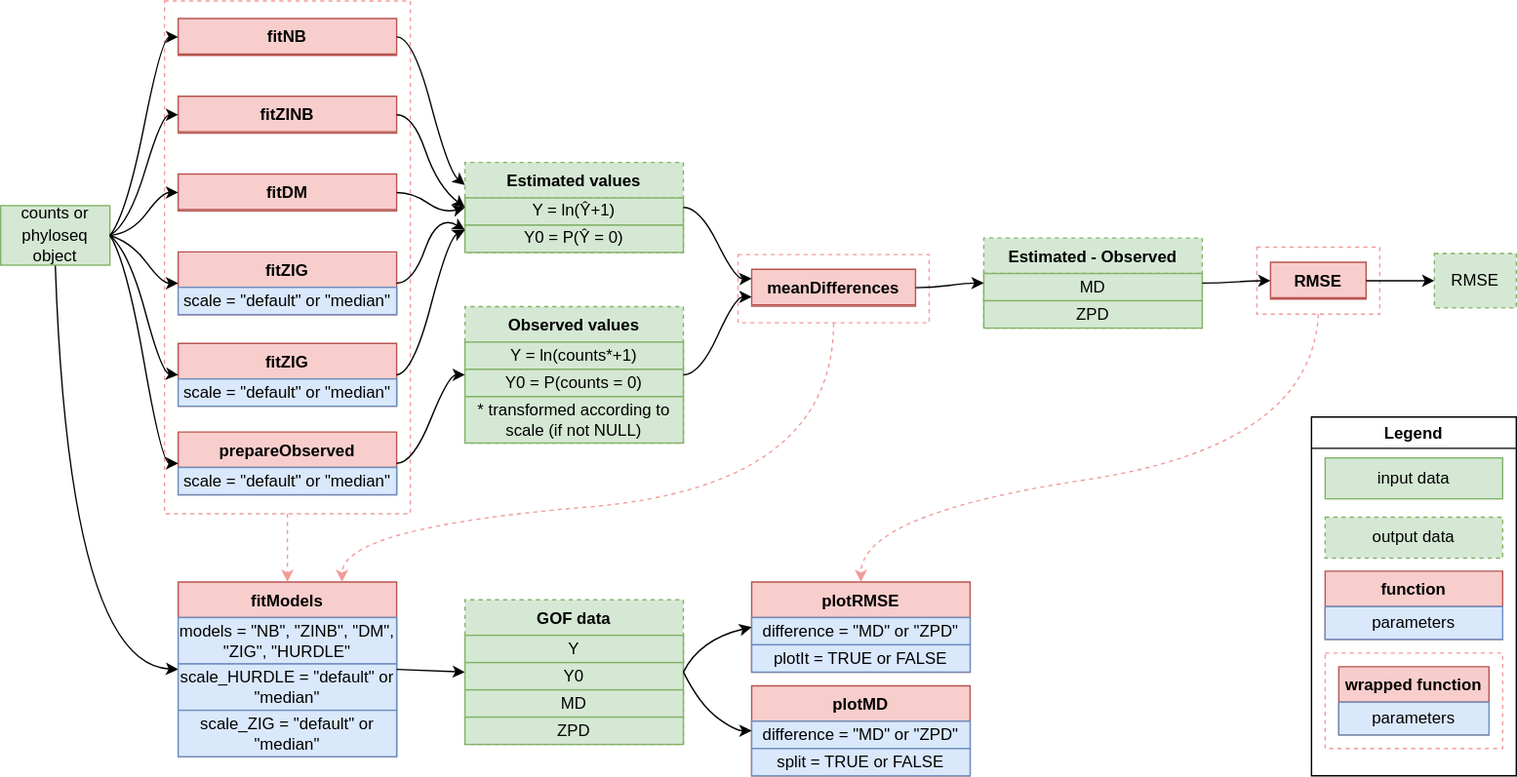
The draw.io diagram vignettes/GOF_structure.svg in mcalgaro93/benchdamic, before a commit. Source tidied: cells renumbered, new cells last; positions are measured from the earlier drawing's top-left corner, leaving out a move shared by most shapes.
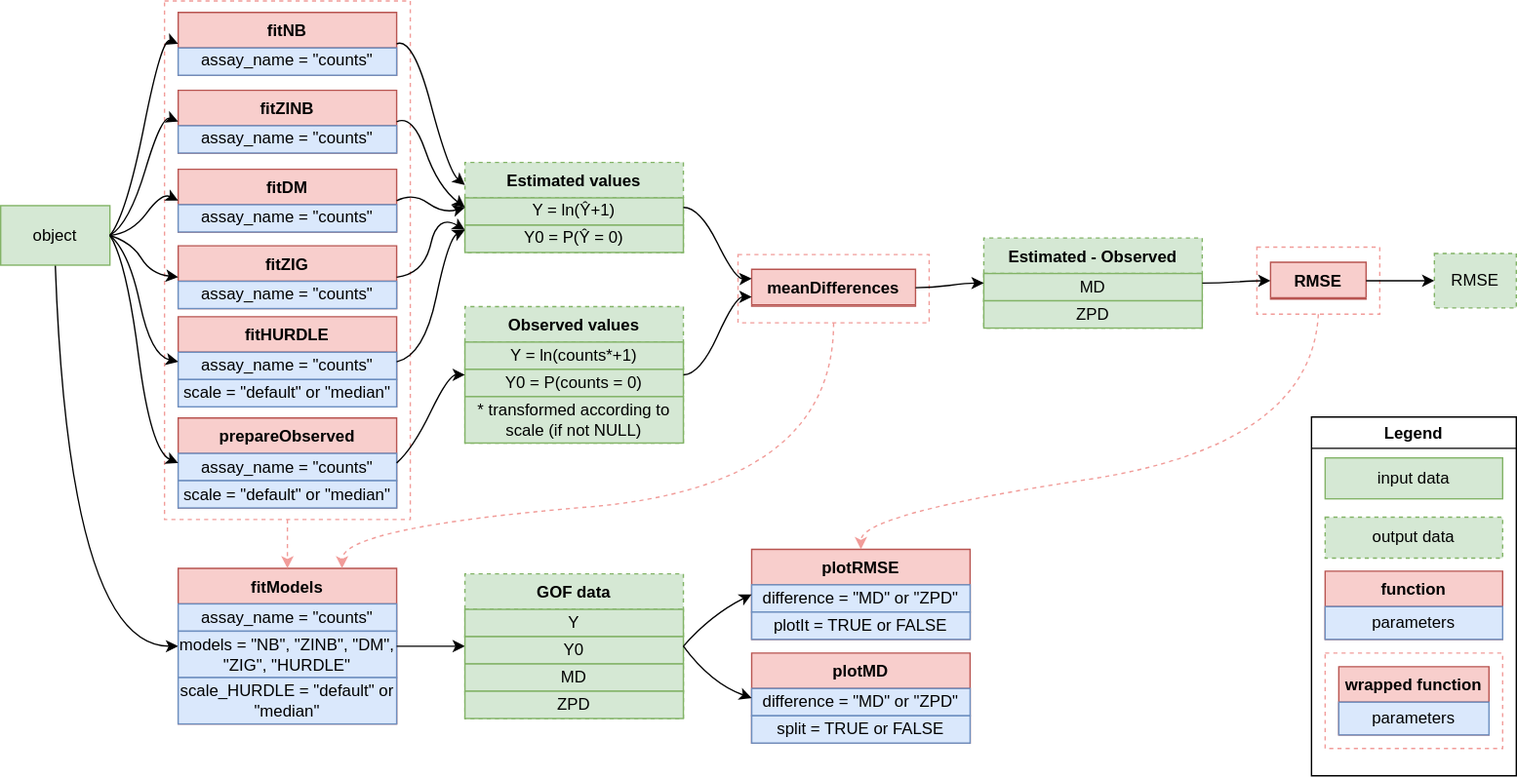
After the commit.

Diff of the diagram source:
```diff
@@ -10,39 +10,54 @@
     </mxCell>
-    <mxCell id="4" style="whiteSpace=wrap;html=1;shadow=0;fontFamily=Courier New;dashed=1;strokeWidth=1;strokeColor=#F19C99;" parent="1" vertex="1">
-      <mxGeometry x="120" width="180" height="375.9" as="geometry" />
-    </mxCell>
-    <mxCell id="5" style="curved=1;endArrow=classic;html=1;exitX=0.5;exitY=1;exitDx=0;exitDy=0;entryX=0;entryY=0.5;entryDx=0;entryDy=0;" parent="1" edge="1" source="24" target="46">
-      <mxGeometry relative="1" as="geometry">
-        <Array as="points">
-          <mxPoint x="50" y="485.9" />
-        </Array>
-      </mxGeometry>
-    </mxCell>
+    <mxCell id="75" style="whiteSpace=wrap;html=1;shadow=0;fontFamily=Courier New;dashed=1;strokeWidth=1;strokeColor=#F19C99;" parent="1" vertex="1">
+      <mxGeometry x="120" width="180" height="380" as="geometry" />
+    </mxCell>
+    <mxCell id="76" style="curved=1;endArrow=classic;html=1;exitX=0.5;exitY=1;exitDx=0;exitDy=0;entryX=0;entryY=0.5;entryDx=0;entryDy=0;" parent="1" edge="1" source="87" target="46">
+      <mxGeometry relative="1" as="geometry">
+        <Array as="points">
+          <mxPoint x="50" y="473" />
+        </Array>
+      </mxGeometry>
+    </mxCell>
     <mxCell id="6" value="fitNB" style="swimlane;fontStyle=1;align=center;verticalAlign=top;horizontal=1;startSize=26;strokeColor=#b85450;fillColor=#f8cecc;" parent="1" vertex="1">
-      <mxGeometry x="130" y="12.9" width="160" height="27" as="geometry" />
+      <mxGeometry x="130" y="8.4" width="160" height="46" as="geometry" />
     </mxCell>
+    <mxCell id="77" value="assay_name = &quot;counts&quot;" style="whiteSpace=wrap;html=1;fillColor=#dae8fc;strokeColor=#6c8ebf;rotation=0;shadow=0;" parent="6" vertex="1">
+      <mxGeometry y="26" width="160" height="20" as="geometry" />
+    </mxCell>
     <mxCell id="7" value="fitZINB" style="swimlane;fontStyle=1;align=center;verticalAlign=top;horizontal=1;startSize=26;strokeColor=#b85450;fillColor=#f8cecc;" parent="1" vertex="1">
-      <mxGeometry x="130" y="69.9" width="160" height="27" as="geometry" />
+      <mxGeometry x="130" y="65.4" width="160" height="46" as="geometry" />
     </mxCell>
+    <mxCell id="78" value="assay_name = &quot;counts&quot;" style="whiteSpace=wrap;html=1;fillColor=#dae8fc;strokeColor=#6c8ebf;rotation=0;shadow=0;" parent="7" vertex="1">
+      <mxGeometry y="26" width="160" height="20" as="geometry" />
+    </mxCell>
     <mxCell id="8" value="fitDM" style="swimlane;fontStyle=1;align=center;verticalAlign=top;horizontal=1;startSize=26;strokeColor=#b85450;fillColor=#f8cecc;" parent="1" vertex="1">
-      <mxGeometry x="130" y="126.9" width="160" height="27" as="geometry" />
+      <mxGeometry x="130" y="123.3" width="160" height="46" as="geometry" />
     </mxCell>
-    <mxCell id="9" value="fitZIG" style="swimlane;fontStyle=1;align=center;verticalAlign=top;horizontal=1;startSize=26;strokeColor=#b85450;fillColor=#f8cecc;" parent="1" vertex="1">
-      <mxGeometry x="130" y="251" width="160" height="46" as="geometry" />
-    </mxCell>
-    <mxCell id="10" value="scale = &quot;default&quot; or &quot;median&quot;" style="whiteSpace=wrap;html=1;fillColor=#dae8fc;strokeColor=#6c8ebf;rotation=0;shadow=0;" parent="9" vertex="1">
-      <mxGeometry y="26" width="160" height="20" as="geometry" />
-    </mxCell>
-    <mxCell id="11" value="fitZIG" style="swimlane;fontStyle=1;align=center;verticalAlign=top;horizontal=1;startSize=26;strokeColor=#b85450;fillColor=#f8cecc;" parent="1" vertex="1">
-      <mxGeometry x="130" y="183.9" width="160" height="46" as="geometry" />
-    </mxCell>
-    <mxCell id="12" value="scale = &quot;default&quot; or &quot;median&quot;" style="whiteSpace=wrap;html=1;fillColor=#dae8fc;strokeColor=#6c8ebf;rotation=0;shadow=0;" parent="11" vertex="1">
-      <mxGeometry y="26" width="160" height="20" as="geometry" />
-    </mxCell>
+    <mxCell id="79" value="assay_name = &quot;counts&quot;" style="whiteSpace=wrap;html=1;fillColor=#dae8fc;strokeColor=#6c8ebf;rotation=0;shadow=0;" parent="8" vertex="1">
+      <mxGeometry y="26" width="160" height="20" as="geometry" />
+    </mxCell>
+    <mxCell id="80" value="fitHURDLE" style="swimlane;fontStyle=1;align=center;verticalAlign=top;horizontal=1;startSize=26;strokeColor=#b85450;fillColor=#f8cecc;" parent="1" vertex="1">
+      <mxGeometry x="130" y="231.4" width="160" height="66" as="geometry" />
+    </mxCell>
+    <mxCell id="81" value="assay_name = &quot;counts&quot;" style="whiteSpace=wrap;html=1;fillColor=#dae8fc;strokeColor=#6c8ebf;rotation=0;shadow=0;" parent="80" vertex="1">
+      <mxGeometry y="26" width="160" height="20" as="geometry" />
+    </mxCell>
+    <mxCell id="82" value="scale = &quot;default&quot; or &quot;median&quot;" style="whiteSpace=wrap;html=1;fillColor=#dae8fc;strokeColor=#6c8ebf;rotation=0;shadow=0;" parent="80" vertex="1">
+      <mxGeometry y="46" width="160" height="20" as="geometry" />
+    </mxCell>
+    <mxCell id="83" value="fitZIG" style="swimlane;fontStyle=1;align=center;verticalAlign=top;horizontal=1;startSize=26;strokeColor=#b85450;fillColor=#f8cecc;" parent="1" vertex="1">
+      <mxGeometry x="130" y="179.4" width="160" height="46" as="geometry" />
+    </mxCell>
+    <mxCell id="84" value="assay_name = &quot;counts&quot;" style="whiteSpace=wrap;html=1;fillColor=#dae8fc;strokeColor=#6c8ebf;rotation=0;shadow=0;" parent="83" vertex="1">
+      <mxGeometry y="26" width="160" height="20" as="geometry" />
+    </mxCell>
     <mxCell id="13" value="prepareObserved" style="swimlane;fontStyle=1;align=center;verticalAlign=top;horizontal=1;startSize=26;strokeColor=#b85450;fillColor=#f8cecc;" parent="1" vertex="1">
-      <mxGeometry x="130" y="315.9" width="160" height="46" as="geometry" />
+      <mxGeometry x="130" y="305.6" width="160" height="66" as="geometry" />
     </mxCell>
-    <mxCell id="14" value="scale = &quot;default&quot; or &quot;median&quot;" style="whiteSpace=wrap;html=1;fillColor=#dae8fc;strokeColor=#6c8ebf;rotation=0;shadow=0;" parent="13" vertex="1">
-      <mxGeometry y="26" width="160" height="20" as="geometry" />
-    </mxCell>
+    <mxCell id="85" value="assay_name = &quot;counts&quot;" style="whiteSpace=wrap;html=1;fillColor=#dae8fc;strokeColor=#6c8ebf;rotation=0;shadow=0;" parent="13" vertex="1">
+      <mxGeometry y="26" width="160" height="20" as="geometry" />
+    </mxCell>
+    <mxCell id="86" value="scale = &quot;default&quot; or &quot;median&quot;" style="whiteSpace=wrap;html=1;fillColor=#dae8fc;strokeColor=#6c8ebf;rotation=0;shadow=0;" parent="13" vertex="1">
+      <mxGeometry y="46" width="160" height="20" as="geometry" />
+    </mxCell>
     <mxCell id="15" value="Estimated values" style="swimlane;fontStyle=1;align=center;verticalAlign=top;horizontal=1;startSize=26;strokeColor=#82b366;fillColor=#d5e8d4;dashed=1;" parent="1" vertex="1">
@@ -74,45 +89,45 @@
     </mxCell>
-    <mxCell id="24" value="&lt;font face=&quot;Helvetica&quot;&gt;counts or phyloseq object&lt;/font&gt;" style="rounded=0;whiteSpace=wrap;html=1;fontFamily=Courier New;fillColor=#d5e8d4;strokeColor=#82b366;" parent="1" vertex="1">
-      <mxGeometry y="150" width="80" height="43.6" as="geometry" />
-    </mxCell>
-    <mxCell id="25" style="curved=1;endArrow=classic;html=1;exitX=1;exitY=0.5;exitDx=0;exitDy=0;entryX=0;entryY=0.5;entryDx=0;entryDy=0;noEdgeStyle=1;orthogonal=1;" parent="1" edge="1" source="24" target="6">
-      <mxGeometry relative="1" as="geometry">
-        <Array as="points">
-          <mxPoint x="92" y="156.9" />
-          <mxPoint x="118" y="26.4" />
-        </Array>
-      </mxGeometry>
-    </mxCell>
-    <mxCell id="26" style="curved=1;endArrow=classic;html=1;exitX=1;exitY=0.5;exitDx=0;exitDy=0;entryX=0;entryY=0.5;entryDx=0;entryDy=0;noEdgeStyle=1;orthogonal=1;" parent="1" edge="1" source="24" target="7">
-      <mxGeometry relative="1" as="geometry">
-        <Array as="points">
-          <mxPoint x="94" y="163.6" />
-          <mxPoint x="118" y="83.4" />
-        </Array>
-      </mxGeometry>
-    </mxCell>
-    <mxCell id="27" style="curved=1;endArrow=classic;html=1;exitX=1;exitY=0.5;exitDx=0;exitDy=0;entryX=0;entryY=0.5;entryDx=0;entryDy=0;noEdgeStyle=1;orthogonal=1;" parent="1" edge="1" source="24" target="8">
-      <mxGeometry relative="1" as="geometry">
-        <Array as="points">
-          <mxPoint x="96" y="170.3" />
-          <mxPoint x="118" y="140.4" />
-        </Array>
-      </mxGeometry>
-    </mxCell>
-    <mxCell id="28" style="curved=1;endArrow=classic;html=1;exitX=1;exitY=0.5;exitDx=0;exitDy=0;entryX=0;entryY=0.5;entryDx=0;entryDy=0;noEdgeStyle=1;orthogonal=1;" parent="1" edge="1" source="24" target="11">
-      <mxGeometry relative="1" as="geometry">
-        <Array as="points">
-          <mxPoint x="96" y="176.9" />
-          <mxPoint x="118" y="206.9" />
-        </Array>
-      </mxGeometry>
-    </mxCell>
-    <mxCell id="29" style="curved=1;endArrow=classic;html=1;exitX=1;exitY=0.5;exitDx=0;exitDy=0;entryX=0;entryY=0.5;entryDx=0;entryDy=0;noEdgeStyle=1;orthogonal=1;" parent="1" edge="1" source="24" target="13">
-      <mxGeometry relative="1" as="geometry">
-        <Array as="points">
-          <mxPoint x="92" y="190.3" />
-          <mxPoint x="118" y="338.9" />
-        </Array>
-      </mxGeometry>
-    </mxCell>
+    <mxCell id="87" value="&lt;font face=&quot;Helvetica&quot;&gt;object&lt;/font&gt;" style="rounded=0;whiteSpace=wrap;html=1;fontFamily=Courier New;fillColor=#d5e8d4;strokeColor=#82b366;" parent="1" vertex="1">
+      <mxGeometry y="150" width="80" height="43.6" as="geometry" />
+    </mxCell>
+    <mxCell id="88" style="curved=1;endArrow=classic;html=1;exitX=1;exitY=0.5;exitDx=0;exitDy=0;entryX=0;entryY=0.5;entryDx=0;entryDy=0;noEdgeStyle=1;orthogonal=1;" parent="1" edge="1" source="87" target="6">
+      <mxGeometry relative="1" as="geometry">
+        <Array as="points">
+          <mxPoint x="92" y="156.9" />
+          <mxPoint x="118" y="26.4" />
+        </Array>
+      </mxGeometry>
+    </mxCell>
+    <mxCell id="89" style="curved=1;endArrow=classic;html=1;exitX=1;exitY=0.5;exitDx=0;exitDy=0;entryX=0;entryY=0.5;entryDx=0;entryDy=0;noEdgeStyle=1;orthogonal=1;" parent="1" edge="1" source="87" target="7">
+      <mxGeometry relative="1" as="geometry">
+        <Array as="points">
+          <mxPoint x="94" y="163.6" />
+          <mxPoint x="118" y="83.4" />
+        </Array>
+      </mxGeometry>
+    </mxCell>
+    <mxCell id="90" style="curved=1;endArrow=classic;html=1;exitX=1;exitY=0.5;exitDx=0;exitDy=0;entryX=0;entryY=0.5;entryDx=0;entryDy=0;noEdgeStyle=1;orthogonal=1;" parent="1" edge="1" source="87" target="8">
+      <mxGeometry relative="1" as="geometry">
+        <Array as="points">
+          <mxPoint x="96" y="170.3" />
+          <mxPoint x="118" y="140.4" />
+        </Array>
+      </mxGeometry>
+    </mxCell>
+    <mxCell id="91" style="curved=1;endArrow=classic;html=1;exitX=1;exitY=0.5;exitDx=0;exitDy=0;entryX=0;entryY=0.5;entryDx=0;entryDy=0;noEdgeStyle=1;orthogonal=1;" parent="1" edge="1" source="87" target="83">
+      <mxGeometry relative="1" as="geometry">
+        <Array as="points">
+          <mxPoint x="96" y="176.9" />
+          <mxPoint x="110" y="200" />
+        </Array>
+      </mxGeometry>
+    </mxCell>
+    <mxCell id="92" style="curved=1;endArrow=classic;html=1;exitX=1;exitY=0.5;exitDx=0;exitDy=0;entryX=0;entryY=0.5;entryDx=0;entryDy=0;noEdgeStyle=1;orthogonal=1;" parent="1" edge="1" source="87" target="13">
+      <mxGeometry relative="1" as="geometry">
+        <Array as="points">
+          <mxPoint x="92" y="190.3" />
+          <mxPoint x="110" y="330" />
+        </Array>
+      </mxGeometry>
+    </mxCell>
     <mxCell id="30" style="curved=1;endArrow=classic;html=1;exitX=1;exitY=0.5;exitDx=0;exitDy=0;entryX=0;entryY=0.25;entryDx=0;entryDy=0;noEdgeStyle=1;orthogonal=1;" parent="1" edge="1" source="6" target="15">
@@ -141,18 +156,18 @@
     </mxCell>
-    <mxCell id="33" style="curved=1;endArrow=classic;html=1;exitX=1;exitY=0.5;exitDx=0;exitDy=0;entryX=0;entryY=0.75;entryDx=0;entryDy=0;noEdgeStyle=1;orthogonal=1;" parent="1" edge="1" source="9" target="15">
-      <mxGeometry relative="1" as="geometry">
-        <Array as="points">
-          <mxPoint x="302" y="272.9" />
-          <mxPoint x="328" y="173.7" />
-        </Array>
-      </mxGeometry>
-    </mxCell>
-    <mxCell id="34" style="curved=1;endArrow=classic;html=1;exitX=1;exitY=0.5;exitDx=0;exitDy=0;entryX=0;entryY=0.75;entryDx=0;entryDy=0;noEdgeStyle=1;orthogonal=1;" parent="1" edge="1" source="11" target="15">
-      <mxGeometry relative="1" as="geometry">
-        <Array as="points">
-          <mxPoint x="302" y="206.9" />
-          <mxPoint x="320" y="155.9" />
-        </Array>
-      </mxGeometry>
-    </mxCell>
+    <mxCell id="93" style="curved=1;endArrow=classic;html=1;exitX=1;exitY=0.5;exitDx=0;exitDy=0;entryX=0;entryY=0.75;entryDx=0;entryDy=0;noEdgeStyle=1;orthogonal=1;" parent="1" edge="1" source="80" target="15">
+      <mxGeometry relative="1" as="geometry">
+        <Array as="points">
+          <mxPoint x="310" y="260" />
+          <mxPoint x="328" y="173.7" />
+        </Array>
+      </mxGeometry>
+    </mxCell>
+    <mxCell id="94" style="curved=1;endArrow=classic;html=1;exitX=1;exitY=0.5;exitDx=0;exitDy=0;entryX=0;entryY=0.75;entryDx=0;entryDy=0;noEdgeStyle=1;orthogonal=1;" parent="1" edge="1" source="83" target="15">
+      <mxGeometry relative="1" as="geometry">
+        <Array as="points">
+          <mxPoint x="310" y="200" />
+          <mxPoint x="320" y="155.9" />
+        </Array>
+      </mxGeometry>
+    </mxCell>
     <mxCell id="35" style="curved=1;endArrow=classic;html=1;exitX=1;exitY=0.5;exitDx=0;exitDy=0;entryX=0;entryY=0.5;entryDx=0;entryDy=0;noEdgeStyle=1;orthogonal=1;" parent="1" edge="1" source="13" target="18">
@@ -160,3 +175,3 @@
         <Array as="points">
-          <mxPoint x="302" y="338.9" />
+          <mxPoint x="302" y="328" />
           <mxPoint x="328" y="274" />
@@ -217,22 +232,22 @@
     </mxCell>
-    <mxCell id="45" style="curved=1;endArrow=classic;html=1;exitX=1;exitY=0.5;exitDx=0;exitDy=0;entryX=0;entryY=0.5;entryDx=0;entryDy=0;noEdgeStyle=1;orthogonal=1;" parent="1" edge="1" source="24" target="9">
-      <mxGeometry relative="1" as="geometry">
-        <Array as="points">
-          <mxPoint x="94" y="183.6" />
-          <mxPoint x="118" y="272.9" />
-        </Array>
-      </mxGeometry>
-    </mxCell>
+    <mxCell id="95" style="curved=1;endArrow=classic;html=1;exitX=1;exitY=0.5;exitDx=0;exitDy=0;entryX=0;entryY=0.5;entryDx=0;entryDy=0;noEdgeStyle=1;orthogonal=1;" parent="1" edge="1" source="87" target="80">
+      <mxGeometry relative="1" as="geometry">
+        <Array as="points">
+          <mxPoint x="94" y="183.6" />
+          <mxPoint x="110" y="260" />
+        </Array>
+      </mxGeometry>
+    </mxCell>
     <mxCell id="46" value="fitModels" style="swimlane;fontStyle=1;align=center;verticalAlign=top;horizontal=1;startSize=26;strokeColor=#b85450;fillColor=#f8cecc;" parent="1" vertex="1">
-      <mxGeometry x="130" y="425.9" width="160" height="128" as="geometry" />
+      <mxGeometry x="130" y="415.9" width="160" height="114" as="geometry" />
     </mxCell>
+    <mxCell id="96" value="assay_name = &quot;counts&quot;" style="whiteSpace=wrap;html=1;fillColor=#dae8fc;strokeColor=#6c8ebf;rotation=0;shadow=0;" parent="46" vertex="1">
+      <mxGeometry y="26" width="160" height="20" as="geometry" />
+    </mxCell>
     <mxCell id="47" value="models = &quot;NB&quot;, &quot;ZINB&quot;, &quot;DM&quot;, &quot;ZIG&quot;, &quot;HURDLE&quot;" style="whiteSpace=wrap;html=1;fillColor=#dae8fc;strokeColor=#6c8ebf;rotation=0;shadow=0;" parent="46" vertex="1">
-      <mxGeometry y="26" width="160" height="34" as="geometry" />
+      <mxGeometry y="46" width="160" height="34" as="geometry" />
     </mxCell>
     <mxCell id="48" value="scale_HURDLE = &quot;default&quot; or &quot;median&quot;" style="whiteSpace=wrap;html=1;fillColor=#dae8fc;strokeColor=#6c8ebf;rotation=0;shadow=0;" parent="46" vertex="1">
-      <mxGeometry y="60" width="160" height="34" as="geometry" />
+      <mxGeometry y="80" width="160" height="34" as="geometry" />
     </mxCell>
-    <mxCell id="49" value="scale_ZIG = &quot;default&quot; or &quot;median&quot;" style="whiteSpace=wrap;html=1;fillColor=#dae8fc;strokeColor=#6c8ebf;rotation=0;shadow=0;" parent="46" vertex="1">
-      <mxGeometry y="94" width="160" height="34" as="geometry" />
-    </mxCell>
     <mxCell id="50" style="curved=1;endArrow=classic;html=1;exitX=1;exitY=0.5;exitDx=0;exitDy=0;noEdgeStyle=1;orthogonal=1;entryX=0;entryY=0.5;entryDx=0;entryDy=0;" parent="1" edge="1" source="46" target="51">
@@ -241,3 +256,3 @@
     <mxCell id="51" value="GOF data" style="swimlane;fontStyle=1;align=center;verticalAlign=top;horizontal=1;startSize=26;strokeColor=#82b366;fillColor=#d5e8d4;dashed=1;" parent="1" vertex="1">
-      <mxGeometry x="340" y="438.9" width="160" height="106" as="geometry" />
+      <mxGeometry x="340" y="419.9" width="160" height="106" as="geometry" />
     </mxCell>
@@ -256,7 +271,7 @@
     <mxCell id="56" value="plotMD" style="swimlane;fontStyle=1;align=center;verticalAlign=top;horizontal=1;startSize=26;strokeColor=#b85450;fillColor=#f8cecc;" parent="1" vertex="1">
-      <mxGeometry x="550" y="501.9" width="160" height="66" as="geometry" />
+      <mxGeometry x="550" y="477.9" width="160" height="66" as="geometry" />
     </mxCell>
-    <mxCell id="57" value="difference = &quot;MD&quot; or &quot;ZPD&quot;" style="whiteSpace=wrap;html=1;fillColor=#dae8fc;strokeColor=#6c8ebf;rotation=0;shadow=0;" parent="56" vertex="1">
-      <mxGeometry y="26" width="160" height="20" as="geometry" />
-    </mxCell>
+    <mxCell id="97" value="difference = &quot;MD&quot; or &quot;ZPD&quot;" style="whiteSpace=wrap;html=1;fillColor=#dae8fc;strokeColor=#6c8ebf;rotation=0;shadow=0;" parent="56" vertex="1">
+      <mxGeometry y="26" width="160" height="20" as="geometry" />
+    </mxCell>
     <mxCell id="58" value="split = TRUE or FALSE" style="whiteSpace=wrap;html=1;fillColor=#dae8fc;strokeColor=#6c8ebf;rotation=0;shadow=0;" parent="56" vertex="1">
@@ -265,7 +280,7 @@
     <mxCell id="59" value="plotRMSE" style="swimlane;fontStyle=1;align=center;verticalAlign=top;horizontal=1;startSize=26;strokeColor=#b85450;fillColor=#f8cecc;" parent="1" vertex="1">
-      <mxGeometry x="550" y="425.9" width="160" height="66" as="geometry" />
+      <mxGeometry x="550" y="401.9" width="160" height="66" as="geometry" />
     </mxCell>
-    <mxCell id="60" value="difference = &quot;MD&quot; or &quot;ZPD&quot;" style="whiteSpace=wrap;html=1;fillColor=#dae8fc;strokeColor=#6c8ebf;rotation=0;shadow=0;" parent="59" vertex="1">
-      <mxGeometry y="26" width="160" height="20" as="geometry" />
-    </mxCell>
+    <mxCell id="98" value="difference = &quot;MD&quot; or &quot;ZPD&quot;" style="whiteSpace=wrap;html=1;fillColor=#dae8fc;strokeColor=#6c8ebf;rotation=0;shadow=0;" parent="59" vertex="1">
+      <mxGeometry y="26" width="160" height="20" as="geometry" />
+    </mxCell>
     <mxCell id="61" value="plotIt = TRUE or FALSE" style="whiteSpace=wrap;html=1;fillColor=#dae8fc;strokeColor=#6c8ebf;rotation=0;shadow=0;" parent="59" vertex="1">
@@ -276,3 +291,3 @@
         <Array as="points">
-          <mxPoint x="512" y="467.9" />
+          <mxPoint x="520" y="450" />
         </Array>
@@ -283,4 +298,3 @@
         <Array as="points">
-          <mxPoint x="512" y="515.9" />
-          <mxPoint x="538" y="534.9" />
+          <mxPoint x="520" y="500" />
         </Array>
@@ -296,5 +310,5 @@
     </mxCell>
-    <mxCell id="65" style="curved=1;endArrow=classic;html=1;dashed=1;fontFamily=Courier New;strokeColor=#F19C99;exitX=0.5;exitY=1;exitDx=0;exitDy=0;entryX=0.5;entryY=0;entryDx=0;entryDy=0;" parent="1" edge="1" source="4" target="46">
-      <mxGeometry relative="1" as="geometry" />
-    </mxCell>
+    <mxCell id="99" style="curved=1;endArrow=classic;html=1;dashed=1;fontFamily=Courier New;strokeColor=#F19C99;exitX=0.5;exitY=1;exitDx=0;exitDy=0;entryX=0.5;entryY=0;entryDx=0;entryDy=0;" parent="1" edge="1" source="75" target="46">
+      <mxGeometry relative="1" as="geometry" />
+    </mxCell>
     <mxCell id="66" style="curved=1;endArrow=classic;html=1;dashed=1;fontFamily=Courier New;strokeColor=#F19C99;exitX=0.5;exitY=1;exitDx=0;exitDy=0;entryX=0.75;entryY=0;entryDx=0;entryDy=0;" parent="1" edge="1" source="3" target="46">
```
